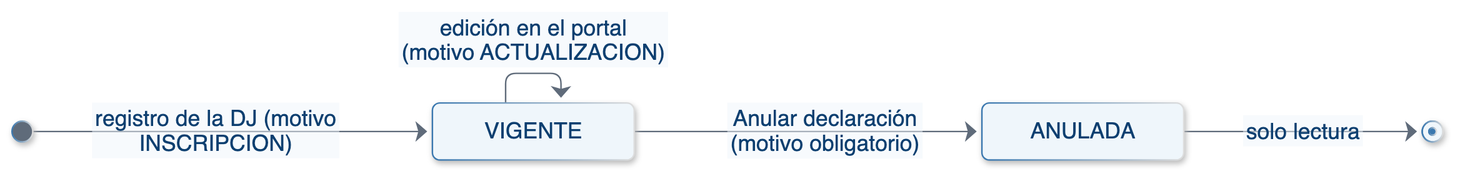
wasichai/srtm-backend keeps this Mermaid diagram as docs/manuales/recursos/diagramas/generados/ciclo-dj.png. Above is the earlier version. Its source is kept beside it as docs/manuales/recursos/diagramas/ciclo-dj.mmd. Its diagram source:
```mermaid
stateDiagram-v2
  direction LR
  [*] --> VIGENTE: registro de la DJ (motivo INSCRIPCION)
  VIGENTE --> VIGENTE: edición en el portal<br/>(motivo ACTUALIZACION)
  VIGENTE --> ANULADA: Anular declaración<br/>(motivo obligatorio)
  ANULADA --> [*]: solo lectura
```
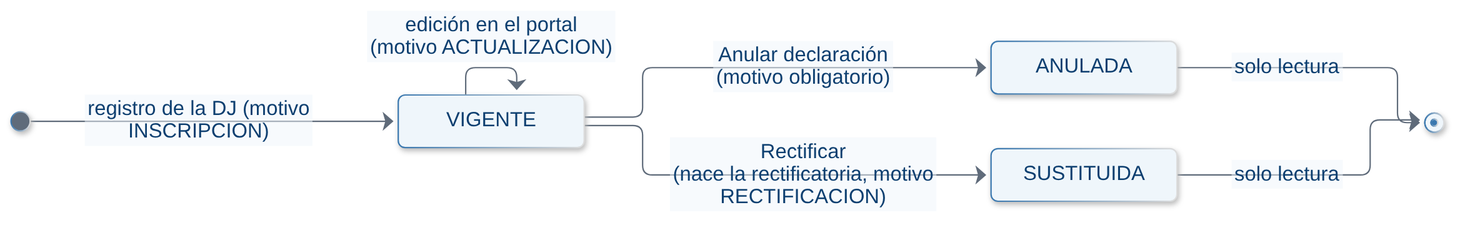
After the change.

The edit, as a diff of the source:
```diff
@@ -3,4 +3,6 @@
   [*] --> VIGENTE: registro de la DJ (motivo INSCRIPCION)
   VIGENTE --> VIGENTE: edición en el portal<br/>(motivo ACTUALIZACION)
   VIGENTE --> ANULADA: Anular declaración<br/>(motivo obligatorio)
+  VIGENTE --> SUSTITUIDA: Rectificar<br/>(nace la rectificatoria, motivo RECTIFICACION)
   ANULADA --> [*]: solo lectura
+  SUSTITUIDA --> [*]: solo lectura
```
